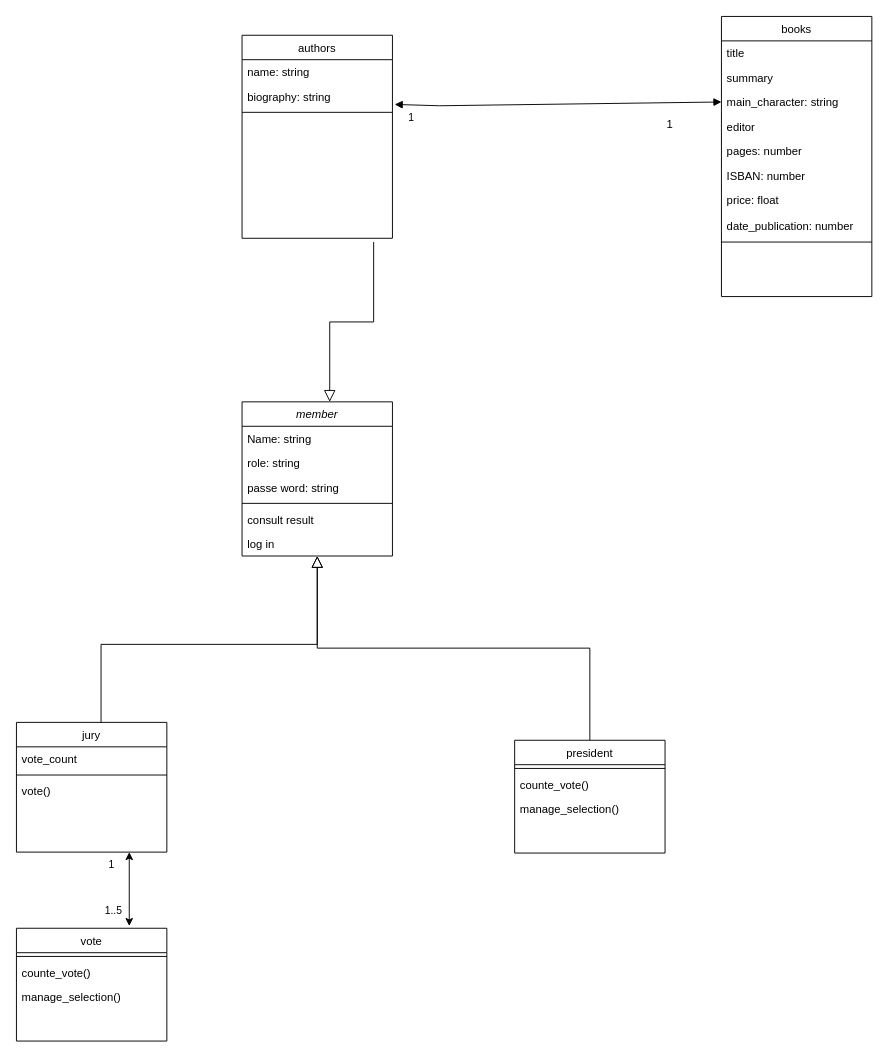
Before: prix_goncourt/Docs/Diagramme_classe.drawio in SHATAJV/prix_goncourt-, a draw.io diagram. Source tidied: cells renumbered, new cells numbered last; positions are measured from the earlier drawing's top-left corner, leaving out a move shared by most shapes. Both pictures are drawn from the tidied source at 94%, with x=0, y=0 at pixel (16, 16).
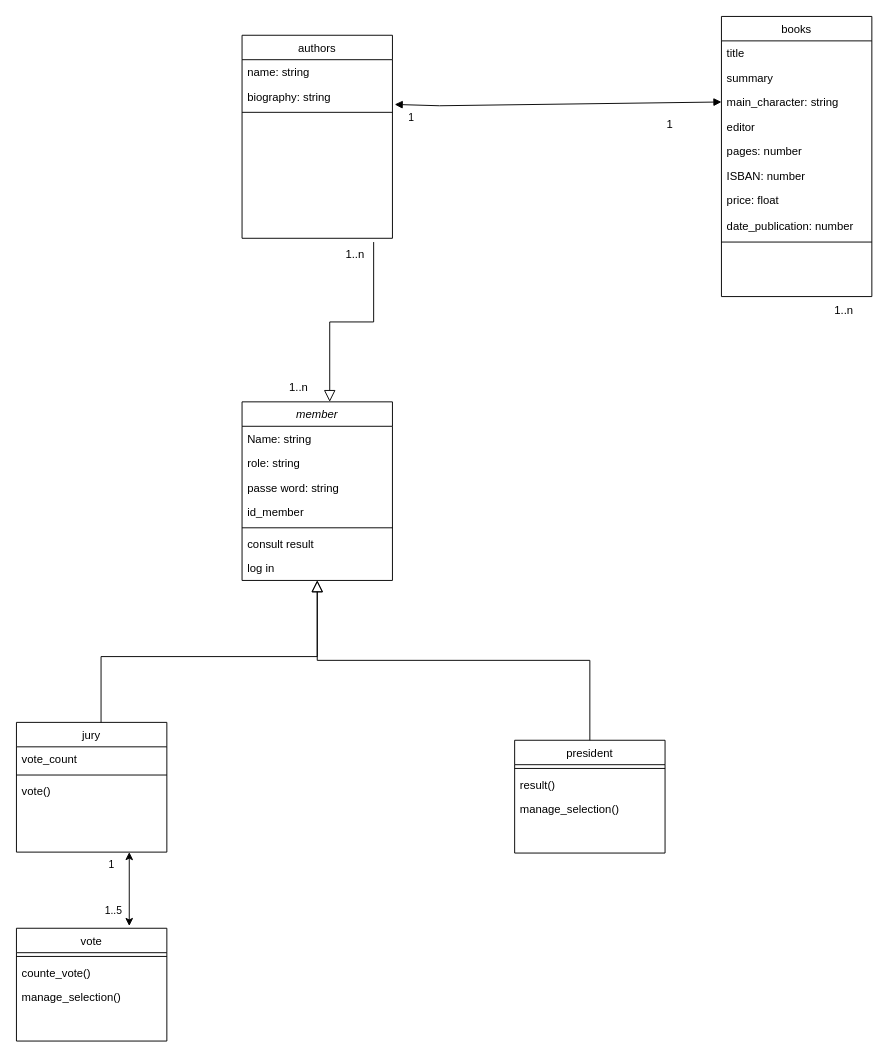
After the change.

Commit message:
Mettre à jour Diagramme_classe.drawio

The change refers to these unchanged cells:
```xml
<mxCell id="10" value="president" style="swimlane;fontStyle=0;align=center;verticalAlign=top;horizontal=1;startSize=26;rounded=0;shadow=0;strokeWidth=1;" parent="1" vertex="1">
  <mxGeometry x="530" y="770" width="160" height="120" as="geometry" />
</mxCell>
```

Change to the diagram source:
```diff
@@
     <mxCell id="2" value="member" style="swimlane;fontStyle=2;align=center;verticalAlign=top;horizontal=1;startSize=26;rounded=0;shadow=0;strokeWidth=1;" parent="1" vertex="1">
-      <mxGeometry x="240" y="410" width="160" height="164" as="geometry" />
+      <mxGeometry x="240" y="410" width="160" height="190" as="geometry" />
     </mxCell>
@@
+    <mxCell id="44" value="id_member" style="text;align=left;verticalAlign=top;spacingLeft=4;spacingRight=4;overflow=hidden;rounded=0;shadow=0;html=0;" parent="2" vertex="1">
+      <mxGeometry y="104" width="160" height="26" as="geometry" />
+    </mxCell>
     <mxCell id="6" style="line;html=1;strokeWidth=1;align=left;verticalAlign=middle;spacingTop=-1;spacingLeft=3;spacingRight=3;labelPosition=right;" parent="2" vertex="1">
-      <mxGeometry y="104" width="160" height="8" as="geometry" />
+      <mxGeometry y="130" width="160" height="8" as="geometry" />
     </mxCell>
     <mxCell id="7" value="consult result" style="text;align=left;verticalAlign=top;spacingLeft=4;spacingRight=4;overflow=hidden;" parent="2" vertex="1">
-      <mxGeometry y="112" width="160" height="26" as="geometry" />
+      <mxGeometry y="138" width="160" height="26" as="geometry" />
     </mxCell>
     <mxCell id="8" value="log in" style="text;align=left;verticalAlign=top;spacingLeft=4;spacingRight=4;overflow=hidden;" parent="2" vertex="1">
-      <mxGeometry y="138" width="160" height="26" as="geometry" />
+      <mxGeometry y="164" width="160" height="26" as="geometry" />
     </mxCell>
@@
-    <mxCell id="12" value="counte_vote()" style="text;align=left;verticalAlign=top;spacingLeft=4;spacingRight=4;overflow=hidden;rounded=0;shadow=0;html=0;" parent="10" vertex="1">
+    <mxCell id="12" value="result()" style="text;align=left;verticalAlign=top;spacingLeft=4;spacingRight=4;overflow=hidden;rounded=0;shadow=0;html=0;" parent="10" vertex="1">
       <mxGeometry y="34" width="160" height="26" as="geometry" />
     </mxCell>
@@
+    <mxCell id="45" value="1..n" style="text;html=1;align=center;verticalAlign=middle;strokeColor=none;fillColor=none;" parent="1" vertex="1">
+      <mxGeometry x="280" y="380" width="40" height="30" as="geometry" />
+    </mxCell>
+    <mxCell id="46" value="1..n" style="text;html=1;align=center;verticalAlign=middle;strokeColor=none;fillColor=none;" parent="1" vertex="1">
+      <mxGeometry x="860" y="298" width="40" height="30" as="geometry" />
+    </mxCell>
+    <mxCell id="47" value="1..n" style="text;html=1;align=center;verticalAlign=middle;strokeColor=none;fillColor=none;" parent="1" vertex="1">
+      <mxGeometry x="340" y="238" width="40" height="30" as="geometry" />
+    </mxCell>
```
